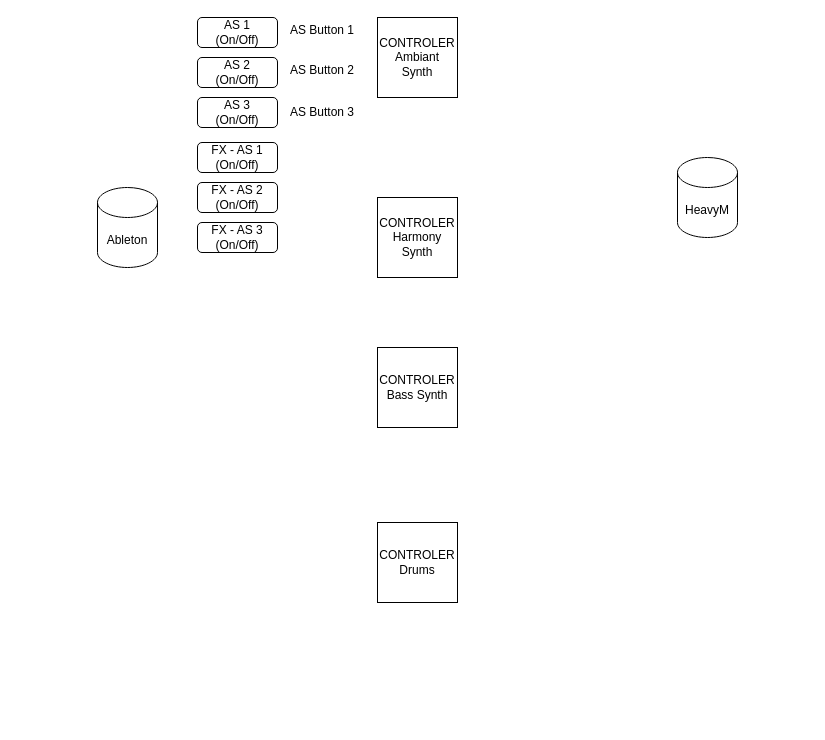
Above: controlers_diagram.drawio in LeonardHehlen/HeavyM_project (draw.io), before the change. Source tidied: cells renumbered, new cells numbered last; positions are measured from the earlier drawing's top-left corner, leaving out a move shared by most shapes. Both pictures are drawn from the tidied source at 100%, with x=0, y=0 at pixel (97, 17).
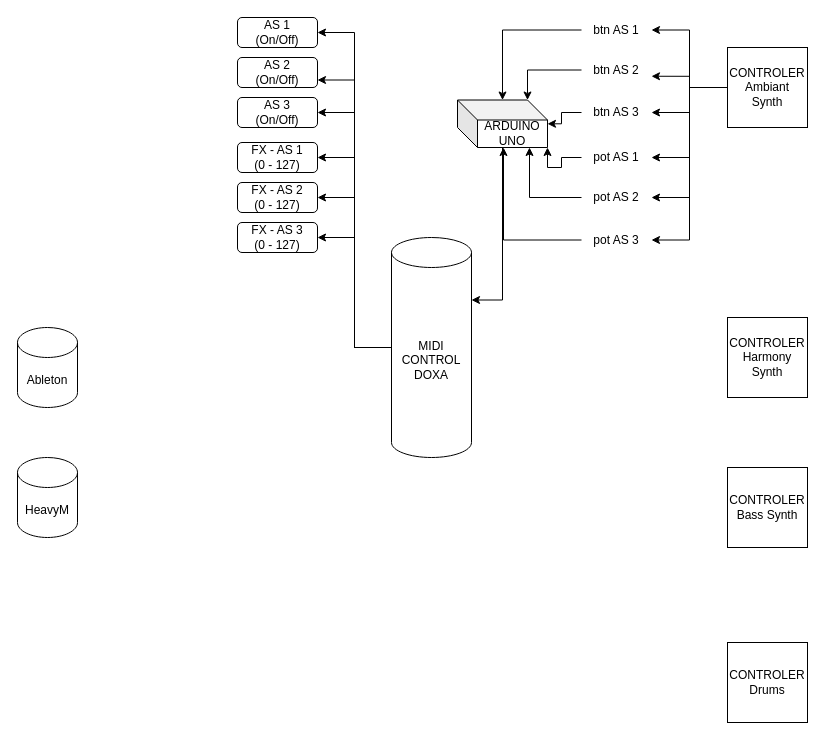
Above is the later version.

The edit, as a diff of the source:
```diff
@@
     <mxCell id="2" value="&lt;div&gt;CONTROLER&lt;/div&gt;&lt;div&gt;Bass Synth&lt;/div&gt;" style="whiteSpace=wrap;html=1;" parent="1" vertex="1">
-      <mxGeometry x="280" y="330" width="80" height="80" as="geometry" />
+      <mxGeometry x="630" y="450" width="80" height="80" as="geometry" />
     </mxCell>
     <mxCell id="3" value="&lt;div&gt;CONTROLER&lt;/div&gt;Harmony Synth" style="whiteSpace=wrap;html=1;" parent="1" vertex="1">
-      <mxGeometry x="280" y="180" width="80" height="80" as="geometry" />
+      <mxGeometry x="630" y="300" width="80" height="80" as="geometry" />
     </mxCell>
+    <mxCell id="17" style="edgeStyle=orthogonalEdgeStyle;rounded=0;jettySize=auto;html=1;entryX=1;entryY=0.5;entryDx=0;entryDy=0;" parent="1" edge="1" source="4" target="11">
+      <mxGeometry relative="1" as="geometry" />
+    </mxCell>
+    <mxCell id="18" style="edgeStyle=orthogonalEdgeStyle;rounded=0;jettySize=auto;html=1;entryX=1;entryY=0.75;entryDx=0;entryDy=0;" parent="1" edge="1" source="4" target="12">
+      <mxGeometry relative="1" as="geometry" />
+    </mxCell>
+    <mxCell id="19" style="edgeStyle=orthogonalEdgeStyle;rounded=0;jettySize=auto;html=1;entryX=1;entryY=0.5;entryDx=0;entryDy=0;" parent="1" edge="1" source="4" target="13">
+      <mxGeometry relative="1" as="geometry" />
+    </mxCell>
+    <mxCell id="20" style="edgeStyle=orthogonalEdgeStyle;rounded=0;jettySize=auto;html=1;entryX=1;entryY=0.5;entryDx=0;entryDy=0;" parent="1" edge="1" source="4" target="27">
+      <mxGeometry relative="1" as="geometry" />
+    </mxCell>
+    <mxCell id="21" style="edgeStyle=orthogonalEdgeStyle;rounded=0;jettySize=auto;html=1;entryX=1;entryY=0.5;entryDx=0;entryDy=0;" parent="1" edge="1" source="4" target="29">
+      <mxGeometry relative="1" as="geometry" />
+    </mxCell>
+    <mxCell id="22" style="edgeStyle=orthogonalEdgeStyle;rounded=0;jettySize=auto;html=1;entryX=1;entryY=0.5;entryDx=0;entryDy=0;" parent="1" edge="1" source="4" target="31">
+      <mxGeometry relative="1" as="geometry" />
+    </mxCell>
     <mxCell id="4" value="&lt;div&gt;CONTROLER&lt;/div&gt;&lt;div&gt;Ambiant Synth&lt;/div&gt;" style="whiteSpace=wrap;html=1;" parent="1" vertex="1">
-      <mxGeometry x="280" width="80" height="80" as="geometry" />
+      <mxGeometry x="630" y="30" width="80" height="80" as="geometry" />
     </mxCell>
     <mxCell id="5" value="&lt;div&gt;&lt;div&gt;CONTROLER&lt;/div&gt;Drums&lt;/div&gt;" style="whiteSpace=wrap;html=1;" parent="1" vertex="1">
-      <mxGeometry x="280" y="505" width="80" height="80" as="geometry" />
+      <mxGeometry x="630" y="625" width="80" height="80" as="geometry" />
     </mxCell>
     <mxCell id="6" value="Ableton" style="shape=cylinder3;whiteSpace=wrap;html=1;boundedLbl=1;backgroundOutline=1;size=15;" parent="1" vertex="1">
-      <mxGeometry y="170" width="60" height="80" as="geometry" />
+      <mxGeometry x="-80" y="310" width="60" height="80" as="geometry" />
     </mxCell>
     <mxCell id="7" value="HeavyM" style="shape=cylinder3;whiteSpace=wrap;html=1;boundedLbl=1;backgroundOutline=1;size=15;" parent="1" vertex="1">
-      <mxGeometry x="580" y="140" width="60" height="80" as="geometry" />
+      <mxGeometry x="-80" y="440" width="60" height="80" as="geometry" />
     </mxCell>
     <mxCell id="8" value="&lt;div&gt;AS 1&lt;/div&gt;&lt;div&gt;(On/Off)&lt;br&gt;&lt;/div&gt;" style="rounded=1;whiteSpace=wrap;html=1;" parent="1" vertex="1">
-      <mxGeometry x="100" width="80" height="30" as="geometry" />
+      <mxGeometry x="140" width="80" height="30" as="geometry" />
     </mxCell>
     <mxCell id="9" value="&lt;div&gt;AS 2&lt;/div&gt;&lt;div&gt;(On/Off)&lt;/div&gt;" style="rounded=1;whiteSpace=wrap;html=1;" parent="1" vertex="1">
-      <mxGeometry x="100" y="40" width="80" height="30" as="geometry" />
+      <mxGeometry x="140" y="40" width="80" height="30" as="geometry" />
     </mxCell>
     <mxCell id="10" value="&lt;div&gt;AS 3&lt;br&gt;&lt;/div&gt;(On/Off)" style="rounded=1;whiteSpace=wrap;html=1;" parent="1" vertex="1">
-      <mxGeometry x="100" y="80" width="80" height="30" as="geometry" />
+      <mxGeometry x="140" y="80" width="80" height="30" as="geometry" />
     </mxCell>
+    <mxCell id="23" style="edgeStyle=orthogonalEdgeStyle;rounded=0;jettySize=auto;html=1;" parent="1" edge="1" source="11" target="33">
+      <mxGeometry relative="1" as="geometry" />
+    </mxCell>
-    <mxCell id="11" value="AS Button 1" style="text;html=1;strokeColor=none;fillColor=none;align=center;verticalAlign=middle;whiteSpace=wrap;rounded=0;" parent="1" vertex="1">
-      <mxGeometry x="190" width="70" height="25" as="geometry" />
+    <mxCell id="11" value="btn AS 1" style="text;html=1;strokeColor=none;fillColor=none;align=center;verticalAlign=middle;whiteSpace=wrap;rounded=0;" parent="1" vertex="1">
+      <mxGeometry x="484" width="70" height="25" as="geometry" />
     </mxCell>
+    <mxCell id="24" style="edgeStyle=orthogonalEdgeStyle;rounded=0;jettySize=auto;html=1;entryX=0;entryY=0;entryDx=70;entryDy=0;entryPerimeter=0;" parent="1" edge="1" source="12" target="33">
+      <mxGeometry relative="1" as="geometry" />
+    </mxCell>
-    <mxCell id="12" value="AS Button 2" style="text;html=1;strokeColor=none;fillColor=none;align=center;verticalAlign=middle;whiteSpace=wrap;rounded=0;" parent="1" vertex="1">
-      <mxGeometry x="190" y="40" width="70" height="25" as="geometry" />
+    <mxCell id="12" value="btn AS 2" style="text;html=1;strokeColor=none;fillColor=none;align=center;verticalAlign=middle;whiteSpace=wrap;rounded=0;" parent="1" vertex="1">
+      <mxGeometry x="484" y="40" width="70" height="25" as="geometry" />
     </mxCell>
+    <mxCell id="25" style="edgeStyle=orthogonalEdgeStyle;rounded=0;jettySize=auto;html=1;" parent="1" edge="1" source="13" target="33">
+      <mxGeometry relative="1" as="geometry" />
+    </mxCell>
-    <mxCell id="13" value="AS Button 3" style="text;html=1;strokeColor=none;fillColor=none;align=center;verticalAlign=middle;whiteSpace=wrap;rounded=0;" parent="1" vertex="1">
-      <mxGeometry x="190" y="82.5" width="70" height="25" as="geometry" />
+    <mxCell id="13" value="btn AS 3" style="text;html=1;strokeColor=none;fillColor=none;align=center;verticalAlign=middle;whiteSpace=wrap;rounded=0;" parent="1" vertex="1">
+      <mxGeometry x="484" y="82.5" width="70" height="25" as="geometry" />
     </mxCell>
-    <mxCell id="14" value="&lt;div&gt;FX - AS 1&lt;/div&gt;&lt;div&gt;(On/Off)&lt;br&gt;&lt;/div&gt;" style="rounded=1;whiteSpace=wrap;html=1;" parent="1" vertex="1">
-      <mxGeometry x="100" y="125" width="80" height="30" as="geometry" />
+    <mxCell id="14" value="&lt;div&gt;FX - AS 1&lt;/div&gt;&lt;div&gt;(0 - 127)&lt;br&gt;&lt;/div&gt;" style="rounded=1;whiteSpace=wrap;html=1;" parent="1" vertex="1">
+      <mxGeometry x="140" y="125" width="80" height="30" as="geometry" />
     </mxCell>
-    <mxCell id="15" value="FX - AS 2&lt;div&gt;(On/Off)&lt;/div&gt;" style="rounded=1;whiteSpace=wrap;html=1;" parent="1" vertex="1">
-      <mxGeometry x="100" y="165" width="80" height="30" as="geometry" />
+    <mxCell id="15" value="FX - AS 2&lt;div&gt;(0 - 127)&lt;/div&gt;" style="rounded=1;whiteSpace=wrap;html=1;" parent="1" vertex="1">
+      <mxGeometry x="140" y="165" width="80" height="30" as="geometry" />
     </mxCell>
-    <mxCell id="16" value="FX - AS 3&lt;br&gt;(On/Off)" style="rounded=1;whiteSpace=wrap;html=1;" parent="1" vertex="1">
-      <mxGeometry x="100" y="205" width="80" height="30" as="geometry" />
+    <mxCell id="16" value="FX - AS 3&lt;br&gt;(0 - 127)" style="rounded=1;whiteSpace=wrap;html=1;" parent="1" vertex="1">
+      <mxGeometry x="140" y="205" width="80" height="30" as="geometry" />
     </mxCell>
+    <mxCell id="26" style="edgeStyle=orthogonalEdgeStyle;rounded=0;jettySize=auto;html=1;entryX=1;entryY=1;entryDx=0;entryDy=0;entryPerimeter=0;" parent="1" edge="1" source="27" target="33">
+      <mxGeometry relative="1" as="geometry" />
+    </mxCell>
+    <mxCell id="27" value="pot AS 1" style="text;html=1;strokeColor=none;fillColor=none;align=center;verticalAlign=middle;whiteSpace=wrap;rounded=0;" parent="1" vertex="1">
+      <mxGeometry x="484" y="127.5" width="70" height="25" as="geometry" />
+    </mxCell>
+    <mxCell id="28" style="edgeStyle=orthogonalEdgeStyle;rounded=0;jettySize=auto;html=1;entryX=0.8;entryY=1;entryDx=0;entryDy=0;entryPerimeter=0;" parent="1" edge="1" source="29" target="33">
+      <mxGeometry relative="1" as="geometry" />
+    </mxCell>
+    <mxCell id="29" value="pot AS 2" style="text;html=1;strokeColor=none;fillColor=none;align=center;verticalAlign=middle;whiteSpace=wrap;rounded=0;" parent="1" vertex="1">
+      <mxGeometry x="484" y="167.5" width="70" height="25" as="geometry" />
+    </mxCell>
+    <mxCell id="30" style="edgeStyle=orthogonalEdgeStyle;rounded=0;jettySize=auto;html=1;entryX=0.511;entryY=1;entryDx=0;entryDy=0;entryPerimeter=0;" parent="1" edge="1" source="31" target="33">
+      <mxGeometry relative="1" as="geometry" />
+    </mxCell>
+    <mxCell id="31" value="pot AS 3" style="text;html=1;strokeColor=none;fillColor=none;align=center;verticalAlign=middle;whiteSpace=wrap;rounded=0;" parent="1" vertex="1">
+      <mxGeometry x="484" y="210" width="70" height="25" as="geometry" />
+    </mxCell>
+    <mxCell id="32" style="edgeStyle=orthogonalEdgeStyle;rounded=0;jettySize=auto;html=1;entryX=1;entryY=0;entryDx=0;entryDy=62.5;entryPerimeter=0;" parent="1" edge="1" source="33" target="40">
+      <mxGeometry relative="1" as="geometry" />
+    </mxCell>
+    <mxCell id="33" value="ARDUINO UNO" style="shape=cube;whiteSpace=wrap;html=1;boundedLbl=1;backgroundOutline=1;darkOpacity=0.05;darkOpacity2=0.1;" parent="1" vertex="1">
+      <mxGeometry x="360" y="82.5" width="90" height="47.5" as="geometry" />
+    </mxCell>
+    <mxCell id="34" style="edgeStyle=orthogonalEdgeStyle;rounded=0;jettySize=auto;html=1;entryX=1;entryY=0.5;entryDx=0;entryDy=0;" parent="1" edge="1" source="40" target="8">
+      <mxGeometry relative="1" as="geometry" />
+    </mxCell>
+    <mxCell id="35" style="edgeStyle=orthogonalEdgeStyle;rounded=0;jettySize=auto;html=1;entryX=1;entryY=0.75;entryDx=0;entryDy=0;" parent="1" edge="1" source="40" target="9">
+      <mxGeometry relative="1" as="geometry" />
+    </mxCell>
+    <mxCell id="36" style="edgeStyle=orthogonalEdgeStyle;rounded=0;jettySize=auto;html=1;entryX=1;entryY=0.5;entryDx=0;entryDy=0;" parent="1" edge="1" source="40" target="10">
+      <mxGeometry relative="1" as="geometry" />
+    </mxCell>
+    <mxCell id="37" style="edgeStyle=orthogonalEdgeStyle;rounded=0;jettySize=auto;html=1;entryX=1;entryY=0.5;entryDx=0;entryDy=0;" parent="1" edge="1" source="40" target="14">
+      <mxGeometry relative="1" as="geometry" />
+    </mxCell>
+    <mxCell id="38" style="edgeStyle=orthogonalEdgeStyle;rounded=0;jettySize=auto;html=1;entryX=1;entryY=0.5;entryDx=0;entryDy=0;" parent="1" edge="1" source="40" target="15">
+      <mxGeometry relative="1" as="geometry" />
+    </mxCell>
+    <mxCell id="39" style="edgeStyle=orthogonalEdgeStyle;rounded=0;jettySize=auto;html=1;entryX=1;entryY=0.5;entryDx=0;entryDy=0;" parent="1" edge="1" source="40" target="16">
+      <mxGeometry relative="1" as="geometry" />
+    </mxCell>
+    <mxCell id="40" value="MIDI CONTROL&lt;br&gt;DOXA" style="shape=cylinder3;whiteSpace=wrap;html=1;boundedLbl=1;backgroundOutline=1;size=15;" parent="1" vertex="1">
+      <mxGeometry x="294" y="220" width="80" height="220" as="geometry" />
+    </mxCell>
```
